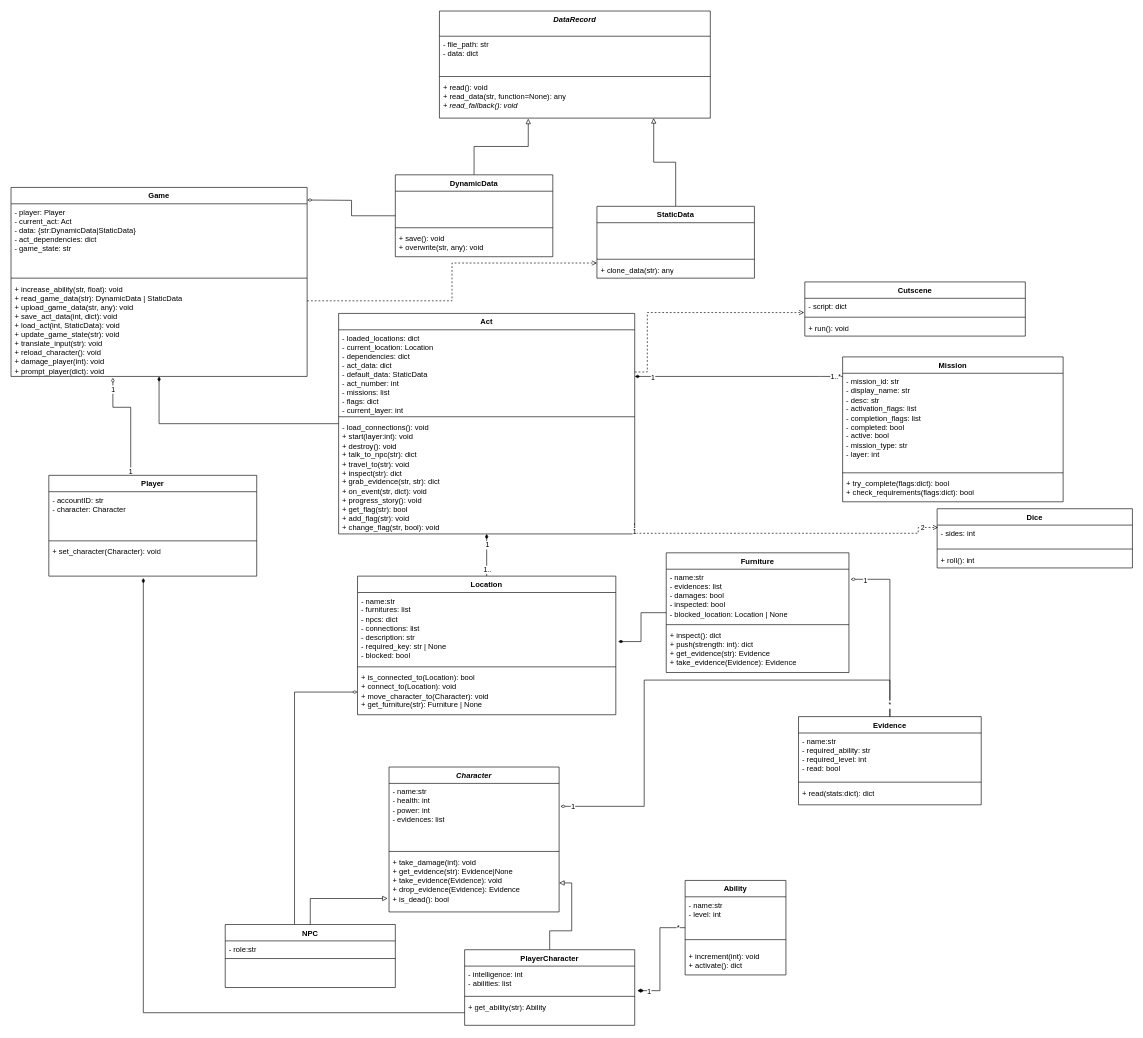
This is page "CLASS" (1 of 2) of dev_files/UML_Diagram.drawio from Engenheiro87/ProjetoOOP_RPG-GAME, a draw.io file, before an edit. Source tidied: cells renumbered, new cells numbered last; positions are measured from the earlier drawing's top-left corner, leaving out a move shared by most shapes. Both pictures are drawn from the tidied source at 63%, with x=0, y=0 at pixel (11, 11).
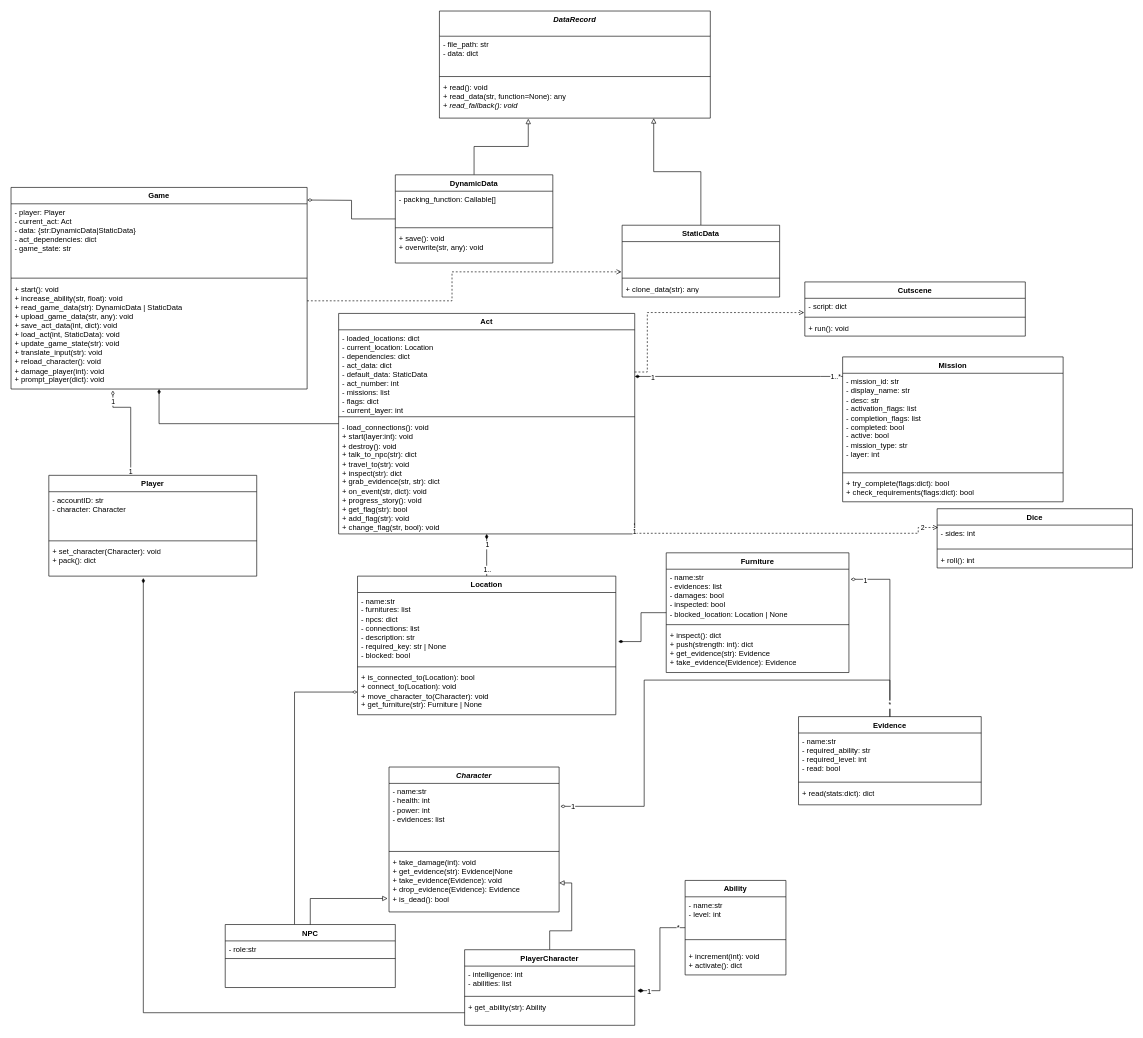
Above is the later version.

Unchanged cells that the change refers to:
```xml
<mxCell id="33" value="Player" style="swimlane;fontStyle=1;align=center;verticalAlign=top;horizontal=1;startSize=26;whiteSpace=wrap;html=1;" parent="1" vertex="1">
  <mxGeometry x="60" y="737" width="330" height="160" as="geometry" />
</mxCell>
<mxCell id="61" value="&lt;div&gt;&lt;br&gt;&lt;/div&gt;" style="text;strokeColor=none;fillColor=none;align=left;verticalAlign=top;spacingLeft=4;spacingRight=4;overflow=hidden;points=[[0,0.5],[1,0.5]];portConstraint=eastwest;whiteSpace=wrap;html=1;" parent="60" vertex="1">
  <mxGeometry y="26" width="250" height="54" as="geometry" />
</mxCell>
```

Change to the diagram source:
```diff
@@
     <mxCell id="23" value="Game" style="swimlane;fontStyle=1;align=center;verticalAlign=top;horizontal=1;startSize=26;whiteSpace=wrap;html=1;" parent="1" vertex="1">
-      <mxGeometry y="280" width="470" height="300" as="geometry" />
+      <mxGeometry y="280" width="470" height="320" as="geometry" />
     </mxCell>
@@
-    <mxCell id="26" value="&lt;div&gt;+ increase_ability(str, float): void&lt;/div&gt;&lt;div&gt;+ read_game_data(str): DynamicData | StaticData&lt;/div&gt;&lt;div&gt;+ upload_game_data(str, any): void&lt;/div&gt;&lt;div&gt;+ save_act_data(int, dict): void&lt;/div&gt;&lt;div&gt;+ load_act(int, StaticData): void&lt;/div&gt;&lt;div&gt;+ update_game_state(str): void&lt;/div&gt;&lt;div&gt;+ translate_input(str): void&lt;/div&gt;&lt;div&gt;+ reload_character(): void&lt;/div&gt;&lt;div&gt;+ damage_player(int): void&lt;/div&gt;&lt;div&gt;+ prompt_player(dict): void&lt;/div&gt;" style="text;strokeColor=none;fillColor=none;align=left;verticalAlign=top;spacingLeft=4;spacingRight=4;overflow=hidden;points=[[0,0.5],[1,0.5]];portConstraint=eastwest;whiteSpace=wrap;html=1;" parent="23" vertex="1">
-      <mxGeometry y="148" width="470" height="152" as="geometry" />
+    <mxCell id="26" value="&lt;div&gt;+ start(): void&lt;/div&gt;&lt;div&gt;+ increase_ability(str, float): void&lt;/div&gt;&lt;div&gt;+ read_game_data(str): DynamicData | StaticData&lt;/div&gt;&lt;div&gt;+ upload_game_data(str, any): void&lt;/div&gt;&lt;div&gt;+ save_act_data(int, dict): void&lt;/div&gt;&lt;div&gt;+ load_act(int, StaticData): void&lt;/div&gt;&lt;div&gt;+ update_game_state(str): void&lt;/div&gt;&lt;div&gt;+ translate_input(str): void&lt;/div&gt;&lt;div&gt;+ reload_character(): void&lt;/div&gt;&lt;div&gt;+ damage_player(int): void&lt;/div&gt;&lt;div&gt;+ prompt_player(dict): void&lt;/div&gt;" style="text;strokeColor=none;fillColor=none;align=left;verticalAlign=top;spacingLeft=4;spacingRight=4;overflow=hidden;points=[[0,0.5],[1,0.5]];portConstraint=eastwest;whiteSpace=wrap;html=1;" parent="23" vertex="1">
+      <mxGeometry y="148" width="470" height="172" as="geometry" />
     </mxCell>
@@
-    <mxCell id="36" value="+ set_character(Character): void&lt;div&gt;&lt;br/&gt;&lt;/div&gt;" style="text;strokeColor=none;fillColor=none;align=left;verticalAlign=top;spacingLeft=4;spacingRight=4;overflow=hidden;whiteSpace=wrap;html=1;" parent="33" vertex="1">
+    <mxCell id="36" value="+ set_character(Character): void&lt;div&gt;+ pack(): dict&lt;/div&gt;" style="text;strokeColor=none;fillColor=none;align=left;verticalAlign=top;spacingLeft=4;spacingRight=4;overflow=hidden;whiteSpace=wrap;html=1;" parent="33" vertex="1">
       <mxGeometry y="108" width="330" height="52" as="geometry" />
     </mxCell>
@@
     <mxCell id="60" value="StaticData" style="swimlane;fontStyle=1;align=center;verticalAlign=top;horizontal=1;startSize=26;whiteSpace=wrap;html=1;" parent="1" vertex="1">
-      <mxGeometry x="930" y="310" width="250" height="114" as="geometry" />
+      <mxGeometry x="970" y="340" width="250" height="114" as="geometry" />
     </mxCell>
@@
     <mxCell id="65" value="DynamicData" style="swimlane;fontStyle=1;align=center;verticalAlign=top;horizontal=1;startSize=26;whiteSpace=wrap;html=1;" parent="1" vertex="1">
-      <mxGeometry x="610" y="260" width="250" height="130" as="geometry" />
+      <mxGeometry x="610" y="260" width="250" height="140" as="geometry" />
     </mxCell>
-    <mxCell id="66" value="&lt;div&gt;&lt;br&gt;&lt;/div&gt;&lt;div&gt;&lt;br&gt;&lt;/div&gt;" style="text;strokeColor=none;fillColor=none;align=left;verticalAlign=top;spacingLeft=4;spacingRight=4;overflow=hidden;whiteSpace=wrap;html=1;" parent="65" vertex="1">
+    <mxCell id="66" value="&lt;div&gt;- packing_function: Callable[]&lt;/div&gt;&lt;div&gt;&lt;br&gt;&lt;/div&gt;" style="text;strokeColor=none;fillColor=none;align=left;verticalAlign=top;spacingLeft=4;spacingRight=4;overflow=hidden;whiteSpace=wrap;html=1;" parent="65" vertex="1">
       <mxGeometry y="26" width="250" height="54" as="geometry" />
     </mxCell>
@@
     <mxCell id="68" value="+ save(): void&lt;div&gt;+ overwrite(str, any): void&lt;/div&gt;" style="text;strokeColor=none;fillColor=none;align=left;verticalAlign=top;spacingLeft=4;spacingRight=4;overflow=hidden;whiteSpace=wrap;html=1;" parent="65" vertex="1">
-      <mxGeometry y="88" width="250" height="42" as="geometry" />
+      <mxGeometry y="88" width="250" height="52" as="geometry" />
     </mxCell>
@@
-    <mxCell id="70" style="edgeStyle=orthogonalEdgeStyle;rounded=0;jettySize=auto;html=1;dashed=1;endArrow=open;endFill=0;" parent="1" edge="1" source="26">
+    <mxCell id="70" style="edgeStyle=orthogonalEdgeStyle;rounded=0;jettySize=auto;html=1;dashed=1;endArrow=open;endFill=0;entryX=-0.004;entryY=0.889;entryDx=0;entryDy=0;entryPerimeter=0;" parent="1" edge="1" source="26" target="61">
       <mxGeometry relative="1" as="geometry">
-        <mxPoint x="930" y="400" as="targetPoint" />
         <Array as="points">
           <mxPoint x="700" y="460" />
-          <mxPoint x="700" y="400" />
-          <mxPoint x="930" y="400" />
+          <mxPoint x="700" y="414" />
         </Array>
       </mxGeometry>
     </mxCell>
```
